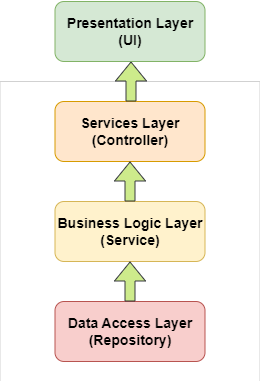
Earlier version of the draw.io export Docs/microservice example.png (ETomi24/Webshop-backend). Source tidied: cells renumbered, new cells last; positions are measured from the earlier drawing's top-left corner, leaving out a move shared by most shapes.
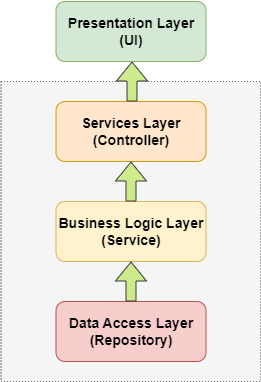
The same diagram one commit later.

The edit, as a diff of the source:
```diff
@@ -2,7 +2,7 @@
   <root>
     <mxCell id="0" />
     <mxCell id="1" parent="0" />
-    <mxCell id="2" style="rounded=0;whiteSpace=wrap;html=1;labelBackgroundColor=#FFB570;dashed=1;dashPattern=1 2;perimeterSpacing=0;strokeWidth=0;" parent="1" vertex="1">
+    <mxCell id="2" style="rounded=0;whiteSpace=wrap;html=1;labelBackgroundColor=#FFB570;dashed=1;dashPattern=1 2;perimeterSpacing=0;strokeWidth=1;fillColor=#f5f5f5;fontColor=#333333;strokeColor=#666666;" parent="1" vertex="1">
       <mxGeometry x="0.5" y="80" width="260" height="300" as="geometry" />
     </mxCell>
     <mxCell id="3" value="&lt;h3&gt;Data Access Layer (Repository)&lt;/h3&gt;" style="rounded=1;whiteSpace=wrap;html=1;fillColor=#f8cecc;strokeColor=#b85450;" parent="1" vertex="1">
```
